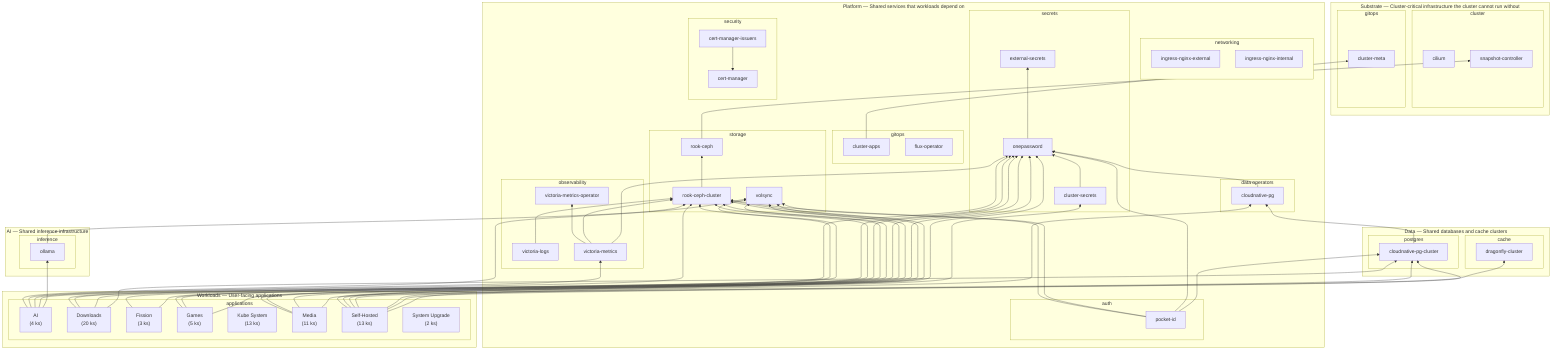
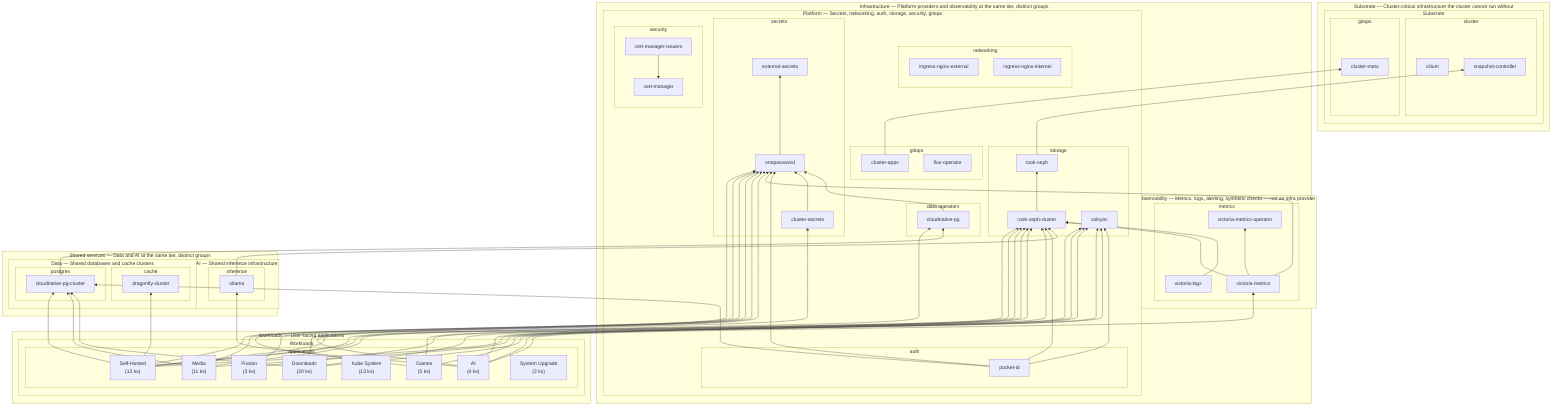
flowchart BT

-   subgraph layer_substrate["Substrate — Cluster-critical infrastructure the cluster cannot run without"]
-     subgraph substrate_substrate_cluster["cluster"]
-       cilium["cilium"]
-       snapshot_controller["snapshot-controller"]
-     end
-     subgraph substrate_substrate_gitops["gitops"]
-       cluster_meta["cluster-meta"]
+   subgraph vt_0["Substrate — Cluster-critical infrastructure the cluster cannot run without"]
+     subgraph g_substrate["Substrate"]
+       subgraph p_substrate_substrate_cluster["cluster"]
+         cilium["cilium"]
+         snapshot_controller["snapshot-controller"]
+       end
+       subgraph p_substrate_substrate_gitops["gitops"]
+         cluster_meta["cluster-meta"]
+       end
    end
  end

-   subgraph layer_platform["Platform — Shared services that workloads depend on"]
-     subgraph platform_platform_auth["auth"]
-       pocket_id["pocket-id"]
+   subgraph vt_1["Infrastructure — Platform providers and observability at the same tier, distinct groups"]
+     subgraph g_platform["Platform — Secrets, networking, auth, storage, security, gitops"]
+       subgraph p_platform_platform_auth["auth"]
+         pocket_id["pocket-id"]
+       end
+       subgraph p_platform_platform_data_operators["data operators"]
+         cloudnative_pg["cloudnative-pg"]
+       end
+       subgraph p_platform_platform_gitops["gitops"]
+         cluster_apps["cluster-apps"]
+         flux_operator["flux-operator"]
+       end
+       subgraph p_platform_platform_networking["networking"]
+         ingress_nginx_external["ingress-nginx-external"]
+         ingress_nginx_internal["ingress-nginx-internal"]
+       end
+       subgraph p_platform_platform_secrets["secrets"]
+         cluster_secrets["cluster-secrets"]
+         external_secrets["external-secrets"]
+         onepassword["onepassword"]
+       end
+       subgraph p_platform_platform_security["security"]
+         cert_manager["cert-manager"]
+         cert_manager_issuers["cert-manager-issuers"]
+       end
+       subgraph p_platform_platform_storage["storage"]
+         rook_ceph["rook-ceph"]
+         rook_ceph_cluster["rook-ceph-cluster"]
+         volsync["volsync"]
+       end
    end
-     subgraph platform_platform_data_operators["data operators"]
-       cloudnative_pg["cloudnative-pg"]
-     end
-     subgraph platform_platform_gitops["gitops"]
-       cluster_apps["cluster-apps"]
-       flux_operator["flux-operator"]
-     end
-     subgraph platform_platform_networking["networking"]
-       ingress_nginx_external["ingress-nginx-external"]
-       ingress_nginx_internal["ingress-nginx-internal"]
-     end
-     subgraph platform_platform_observability["observability"]
-       victoria_logs["victoria-logs"]
-       victoria_metrics["victoria-metrics"]
-       victoria_metrics_operator["victoria-metrics-operator"]
-     end
-     subgraph platform_platform_secrets["secrets"]
-       cluster_secrets["cluster-secrets"]
-       external_secrets["external-secrets"]
-       onepassword["onepassword"]
-     end
-     subgraph platform_platform_security["security"]
-       cert_manager["cert-manager"]
-       cert_manager_issuers["cert-manager-issuers"]
-     end
-     subgraph platform_platform_storage["storage"]
-       rook_ceph["rook-ceph"]
-       rook_ceph_cluster["rook-ceph-cluster"]
-       volsync["volsync"]
+     subgraph g_observability["Observability — Metrics, logs, alerting, synthetic checks — not an infra provider"]
+       subgraph p_observability_observability_metrics["metrics"]
+         victoria_logs["victoria-logs"]
+         victoria_metrics["victoria-metrics"]
+         victoria_metrics_operator["victoria-metrics-operator"]
+       end
    end
  end

-   subgraph layer_data["Data — Shared databases and cache clusters"]
-     subgraph data_data_cache["cache"]
-       dragonfly_cluster["dragonfly-cluster"]
+   subgraph vt_2["Shared services — Data and AI at the same tier, distinct groups"]
+     subgraph g_data["Data — Shared databases and cache clusters"]
+       subgraph p_data_data_cache["cache"]
+         dragonfly_cluster["dragonfly-cluster"]
+       end
+       subgraph p_data_data_postgres["postgres"]
+         cloudnative_pg_cluster["cloudnative-pg-cluster"]
+       end
    end
-     subgraph data_data_postgres["postgres"]
-       cloudnative_pg_cluster["cloudnative-pg-cluster"]
+     subgraph g_ai["AI — Shared inference infrastructure"]
+       subgraph p_ai_ai_inference["inference"]
+         ollama["ollama"]
+       end
    end
  end

-   subgraph layer_ai["AI — Shared inference infrastructure"]
-     subgraph ai_ai_inference["inference"]
-       ollama["ollama"]
-     end
-   end
- 
-   subgraph layer_workloads["Workloads — User-facing applications"]
-     subgraph workloads_workloads["applications"]
-       workloads_ai["AI<br/>(4 ks)"]
-       workloads_downloads["Downloads<br/>(20 ks)"]
-       workloads_fission["Fission<br/>(3 ks)"]
-       workloads_games["Games<br/>(5 ks)"]
-       workloads_kube_system["Kube System<br/>(13 ks)"]
-       workloads_media["Media<br/>(11 ks)"]
-       workloads_self_hosted["Self-Hosted<br/>(13 ks)"]
-       workloads_system_upgrade["System Upgrade<br/>(2 ks)"]
+   subgraph vt_3["Workloads — User-facing applications"]
+     subgraph g_workloads["Workloads"]
+       subgraph p_workloads_workloads["applications"]
+         workloads_ai["AI<br/>(4 ks)"]
+         workloads_downloads["Downloads<br/>(20 ks)"]
+         workloads_fission["Fission<br/>(3 ks)"]
+         workloads_games["Games<br/>(5 ks)"]
+         workloads_kube_system["Kube System<br/>(13 ks)"]
+         workloads_media["Media<br/>(11 ks)"]
+         workloads_self_hosted["Self-Hosted<br/>(13 ks)"]
+         workloads_system_upgrade["System Upgrade<br/>(2 ks)"]
+       end
    end
  end

  cert_manager_issuers --> cert_manager
  cloudnative_pg --> onepassword
  cloudnative_pg_cluster --> cloudnative_pg
  cluster_apps --> cluster_meta
  cluster_secrets --> onepassword
  ollama --> rook_ceph_cluster
  onepassword --> external_secrets
  pocket_id --> cloudnative_pg_cluster
  pocket_id --> onepassword
  pocket_id --> rook_ceph_cluster
  pocket_id --> volsync
  rook_ceph --> snapshot_controller
  rook_ceph_cluster --> rook_ceph
  victoria_logs --> rook_ceph_cluster
  victoria_metrics --> onepassword
  victoria_metrics --> rook_ceph_cluster
  victoria_metrics --> victoria_metrics_operator
  workloads_ai --> ollama
  workloads_ai --> onepassword
  workloads_ai --> rook_ceph_cluster
  workloads_ai --> victoria_metrics
  workloads_ai --> volsync
  workloads_downloads --> cloudnative_pg_cluster
  workloads_downloads --> onepassword
  workloads_downloads --> rook_ceph_cluster
  workloads_downloads --> volsync
  workloads_fission --> onepassword
  workloads_fission --> rook_ceph_cluster
  workloads_games --> onepassword
  workloads_games --> rook_ceph_cluster
  workloads_games --> volsync
  workloads_media --> cloudnative_pg_cluster
  workloads_media --> onepassword
  workloads_media --> rook_ceph_cluster
  workloads_media --> volsync
  workloads_self_hosted --> cloudnative_pg
  workloads_self_hosted --> cloudnative_pg_cluster
  workloads_self_hosted --> cluster_secrets
  workloads_self_hosted --> dragonfly_cluster
  workloads_self_hosted --> onepassword
  workloads_self_hosted --> rook_ceph_cluster
  workloads_self_hosted --> volsync
